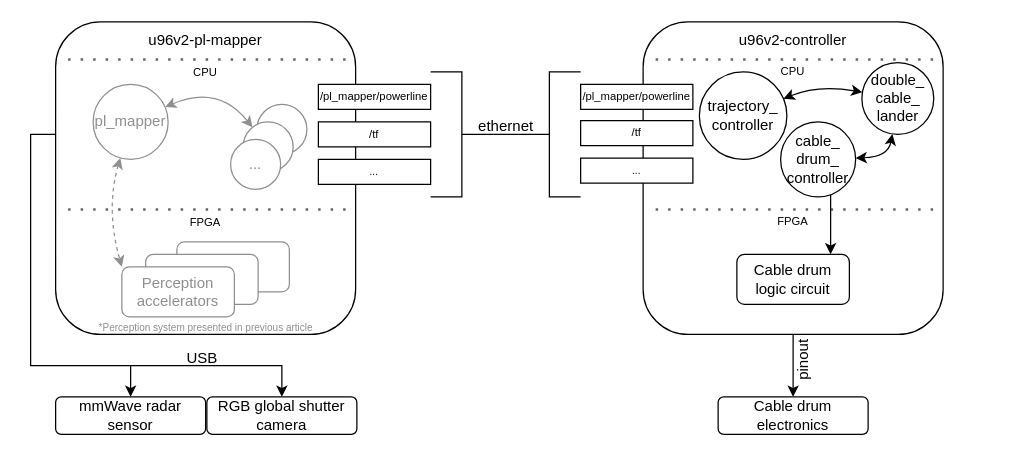
DIII-SDU-Group/CableLandingController-ROS2-pkg keeps this draw.io diagram as .figures/computational_system_diagram.drawio. Above is the earlier version. Source tidied: cells renumbered, new cells numbered last; positions are measured from the earlier drawing's top-left corner, leaving out a move shared by most shapes. Both pictures are drawn from the tidied source at 125%, with x=0, y=0 at pixel (30, 21).
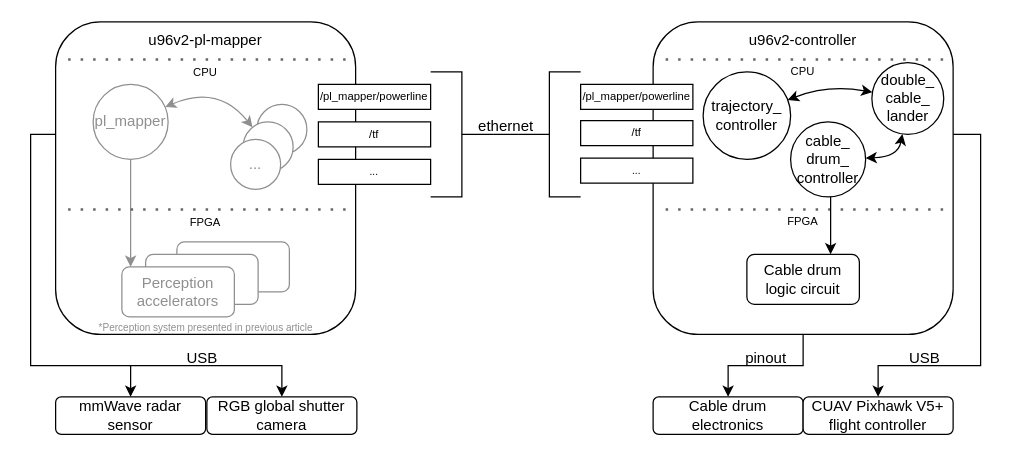
Above is the later version.

The change refers to these unchanged cells:
```xml
<mxCell id="7" value="&lt;font&gt;pl_mapper&lt;/font&gt;" style="ellipse;whiteSpace=wrap;html=1;fontColor=#8F8F8F;strokeColor=#8F8F8F;" parent="1" vertex="1">
  <mxGeometry x="50" y="50" width="60" height="60" as="geometry" />
</mxCell>
<mxCell id="16" value="&lt;div&gt;Perception &lt;br&gt;&lt;/div&gt;&lt;div&gt;accelerators&lt;/div&gt;" style="rounded=1;whiteSpace=wrap;html=1;fontColor=#8F8F8F;strokeColor=#8F8F8F;" parent="1" vertex="1">
  <mxGeometry x="73" y="196" width="90" height="40" as="geometry" />
</mxCell>
```

Diff of the diagram source:
```diff
@@
+    <mxCell id="17" style="edgeStyle=orthogonalEdgeStyle;rounded=0;jettySize=auto;html=1;strokeColor=#8F8F8F;fontSize=12;fontColor=#8F8F8F;startArrow=none;startFill=0;endArrow=classic;endFill=1;" parent="1" edge="1" source="7" target="16">
+      <mxGeometry relative="1" as="geometry">
+        <Array as="points">
+          <mxPoint x="80" y="180" />
+          <mxPoint x="80" y="180" />
+        </Array>
+      </mxGeometry>
+    </mxCell>
@@
-    <mxCell id="17" style="curved=1;endArrow=classic;html=1;rounded=0;strokeColor=#8F8F8F;fontColor=#8F8F8F;entryX=0;entryY=0;entryDx=0;entryDy=0;dashed=1;startArrow=classic;startFill=1;" parent="1" edge="1" source="7" target="16">
-      <mxGeometry relative="1" as="geometry">
-        <Array as="points">
-          <mxPoint x="60" y="150" />
-        </Array>
-      </mxGeometry>
-    </mxCell>
@@
+    <mxCell id="50" style="edgeStyle=orthogonalEdgeStyle;rounded=0;jettySize=auto;html=1;strokeColor=#000000;fontSize=12;fontColor=#8F8F8F;startArrow=none;startFill=0;endArrow=classic;endFill=1;" parent="1" edge="1" source="21" target="51">
+      <mxGeometry relative="1" as="geometry">
+        <Array as="points">
+          <mxPoint x="760" y="90" />
+          <mxPoint x="760" y="275" />
+          <mxPoint x="678" y="275" />
+        </Array>
+      </mxGeometry>
+    </mxCell>
     <mxCell id="21" style="rounded=1;whiteSpace=wrap;html=1;" parent="1" vertex="1">
-      <mxGeometry x="490" width="240" height="250" as="geometry" />
+      <mxGeometry x="498" width="240" height="250" as="geometry" />
     </mxCell>
     <mxCell id="22" value="u96v2-controller" style="text;html=1;strokeColor=none;fillColor=none;align=center;verticalAlign=middle;whiteSpace=wrap;rounded=0;" parent="1" vertex="1">
-      <mxGeometry x="555" width="110" height="30" as="geometry" />
+      <mxGeometry x="563" width="110" height="30" as="geometry" />
     </mxCell>
     <mxCell id="23" style="endArrow=none;dashed=1;html=1;dashPattern=1 4;strokeWidth=2;rounded=0;fillColor=#f5f5f5;strokeColor=#666666;" parent="1" edge="1">
       <mxGeometry relative="1" as="geometry">
-        <mxPoint x="500" y="30" as="sourcePoint" />
-        <mxPoint x="730" y="30" as="targetPoint" />
+        <mxPoint x="508" y="30" as="sourcePoint" />
+        <mxPoint x="738" y="30" as="targetPoint" />
       </mxGeometry>
     </mxCell>
     <mxCell id="24" value="&lt;font style=&quot;font-size: 9px;&quot;&gt;CPU&lt;/font&gt;" style="text;html=1;strokeColor=none;fillColor=none;align=center;verticalAlign=middle;whiteSpace=wrap;rounded=0;fontSize=9;fontColor=#000000;" parent="1" vertex="1">
-      <mxGeometry x="555" y="25" width="110" height="30" as="geometry" />
+      <mxGeometry x="563" y="25" width="110" height="30" as="geometry" />
     </mxCell>
     <mxCell id="25" style="endArrow=none;dashed=1;html=1;dashPattern=1 4;strokeWidth=2;rounded=0;fillColor=#f5f5f5;strokeColor=#666666;" parent="1" edge="1">
       <mxGeometry relative="1" as="geometry">
-        <mxPoint x="500" y="150" as="sourcePoint" />
-        <mxPoint x="730" y="150" as="targetPoint" />
+        <mxPoint x="508" y="150" as="sourcePoint" />
+        <mxPoint x="738" y="150" as="targetPoint" />
       </mxGeometry>
     </mxCell>
     <mxCell id="26" value="&lt;font style=&quot;font-size: 9px;&quot;&gt;FPGA&lt;/font&gt;" style="text;html=1;strokeColor=none;fillColor=none;align=center;verticalAlign=middle;whiteSpace=wrap;rounded=0;fontSize=9;fontColor=#000000;" parent="1" vertex="1">
-      <mxGeometry x="555" y="145" width="110" height="30" as="geometry" />
+      <mxGeometry x="563" y="145" width="110" height="30" as="geometry" />
     </mxCell>
@@
     <mxCell id="36" value="&lt;div style=&quot;font-size: 12px;&quot;&gt;&lt;font style=&quot;font-size: 12px;&quot;&gt;trajectory_&lt;/font&gt;&lt;/div&gt;&lt;div style=&quot;font-size: 12px;&quot;&gt;&lt;font style=&quot;font-size: 12px;&quot;&gt;controller&lt;/font&gt;&lt;/div&gt;" style="ellipse;whiteSpace=wrap;html=1;strokeColor=#000000;strokeWidth=1;fontSize=8;fontColor=#000000;" parent="1" vertex="1">
-      <mxGeometry x="535" y="40" width="70" height="70" as="geometry" />
+      <mxGeometry x="538" y="40" width="70" height="70" as="geometry" />
     </mxCell>
@@
     <mxCell id="38" value="&lt;div style=&quot;font-size: 12px;&quot;&gt;&lt;font style=&quot;font-size: 12px;&quot;&gt;cable_&lt;/font&gt;&lt;/div&gt;&lt;div style=&quot;font-size: 12px;&quot;&gt;&lt;font style=&quot;font-size: 12px;&quot;&gt;drum_&lt;/font&gt;&lt;/div&gt;&lt;div style=&quot;font-size: 12px;&quot;&gt;&lt;font style=&quot;font-size: 12px;&quot;&gt;controller&lt;br&gt;&lt;/font&gt;&lt;/div&gt;" style="ellipse;whiteSpace=wrap;html=1;strokeColor=#000000;strokeWidth=1;fontSize=8;fontColor=#000000;" parent="1" vertex="1">
-      <mxGeometry x="600" y="80" width="60" height="60" as="geometry" />
+      <mxGeometry x="608" y="80" width="60" height="60" as="geometry" />
     </mxCell>
     <mxCell id="39" value="&lt;div style=&quot;font-size: 12px;&quot;&gt;&lt;font style=&quot;font-size: 12px;&quot;&gt;double_&lt;/font&gt;&lt;/div&gt;&lt;div style=&quot;font-size: 12px;&quot;&gt;&lt;font style=&quot;font-size: 12px;&quot;&gt;cable_&lt;/font&gt;&lt;/div&gt;&lt;div style=&quot;font-size: 12px;&quot;&gt;&lt;font style=&quot;font-size: 12px;&quot;&gt;lander&lt;br&gt;&lt;/font&gt;&lt;/div&gt;" style="ellipse;whiteSpace=wrap;html=1;strokeColor=#000000;strokeWidth=1;fontSize=8;fontColor=#000000;" parent="1" vertex="1">
-      <mxGeometry x="665" y="32.5" width="57.5" height="57.5" as="geometry" />
+      <mxGeometry x="673" y="32.5" width="57.5" height="57.5" as="geometry" />
     </mxCell>
     <mxCell id="40" style="curved=1;endArrow=classic;html=1;rounded=0;strokeColor=#000000;fontSize=8;fontColor=#000000;startArrow=classic;startFill=1;" parent="1" edge="1" source="39" target="36">
       <mxGeometry relative="1" as="geometry">
         <Array as="points">
-          <mxPoint x="630" y="50" />
+          <mxPoint x="638" y="50" />
         </Array>
       </mxGeometry>
     </mxCell>
     <mxCell id="41" style="curved=1;endArrow=classic;html=1;rounded=0;strokeColor=#000000;fontSize=8;fontColor=#000000;startArrow=classic;startFill=1;" parent="1" edge="1" source="39" target="38">
       <mxGeometry relative="1" as="geometry">
         <Array as="points">
-          <mxPoint x="686" y="108" />
+          <mxPoint x="694" y="108" />
         </Array>
       </mxGeometry>
     </mxCell>
     <mxCell id="42" value="Cable drum logic circuit" style="rounded=1;whiteSpace=wrap;html=1;fontColor=#000000;strokeColor=#000000;" parent="1" vertex="1">
-      <mxGeometry x="565" y="186" width="90" height="40" as="geometry" />
+      <mxGeometry x="573" y="186" width="90" height="40" as="geometry" />
     </mxCell>
@@
     <mxCell id="48" value="Cable drum electronics" style="rounded=1;whiteSpace=wrap;html=1;strokeColor=#000000;strokeWidth=1;fontSize=12;fontColor=#000000;" parent="1" vertex="1">
-      <mxGeometry x="550" y="300" width="120" height="30" as="geometry" />
+      <mxGeometry x="498" y="300" width="120" height="30" as="geometry" />
     </mxCell>
-    <mxCell id="49" value="pinout" style="text;html=1;align=center;verticalAlign=middle;strokeColor=none;fillColor=none;fontSize=12;fontColor=#000000;rotation=-90;" parent="1" vertex="1">
-      <mxGeometry x="588" y="256" width="60" height="30" as="geometry" />
+    <mxCell id="49" value="pinout" style="text;html=1;align=center;verticalAlign=middle;strokeColor=none;fillColor=none;fontSize=12;fontColor=#000000;rotation=0;" parent="1" vertex="1">
+      <mxGeometry x="558" y="254" width="60" height="30" as="geometry" />
     </mxCell>
+    <mxCell id="51" value="&lt;div&gt;CUAV Pixhawk V5+&lt;/div&gt;flight controller" style="rounded=1;whiteSpace=wrap;html=1;strokeColor=#000000;strokeWidth=1;fontSize=12;fontColor=#000000;" parent="1" vertex="1">
+      <mxGeometry x="618" y="300" width="120" height="30" as="geometry" />
+    </mxCell>
+    <mxCell id="52" value="USB" style="text;html=1;align=center;verticalAlign=middle;strokeColor=none;fillColor=none;fontSize=12;fontColor=#000000;" parent="1" vertex="1">
+      <mxGeometry x="690" y="254" width="50" height="30" as="geometry" />
+    </mxCell>
```
